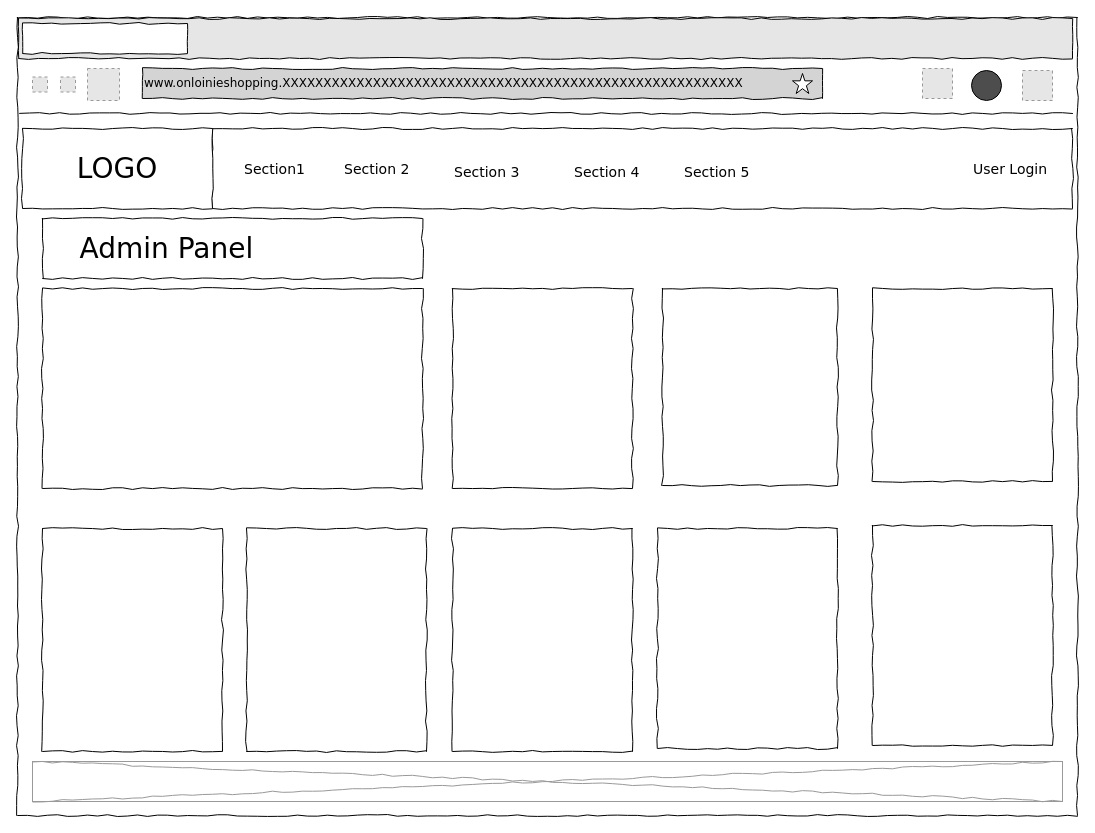
Before: page "Admin" (1 of 12) of 03-Solution Design/03-User Interface/User Interface.drawio in jiangchufeng/Conversion-Final-Project-Spring-Boot-Online-Shopping-Website, a draw.io diagram. Source tidied: cells renumbered, new cells numbered last; positions are measured from the earlier drawing's top-left corner, leaving out a move shared by most shapes. Both pictures are drawn from the tidied source at 100%, with x=0, y=0 at pixel (17, 17). Pictures stored in the file or linked from it are replaced by grey dashed boxes.
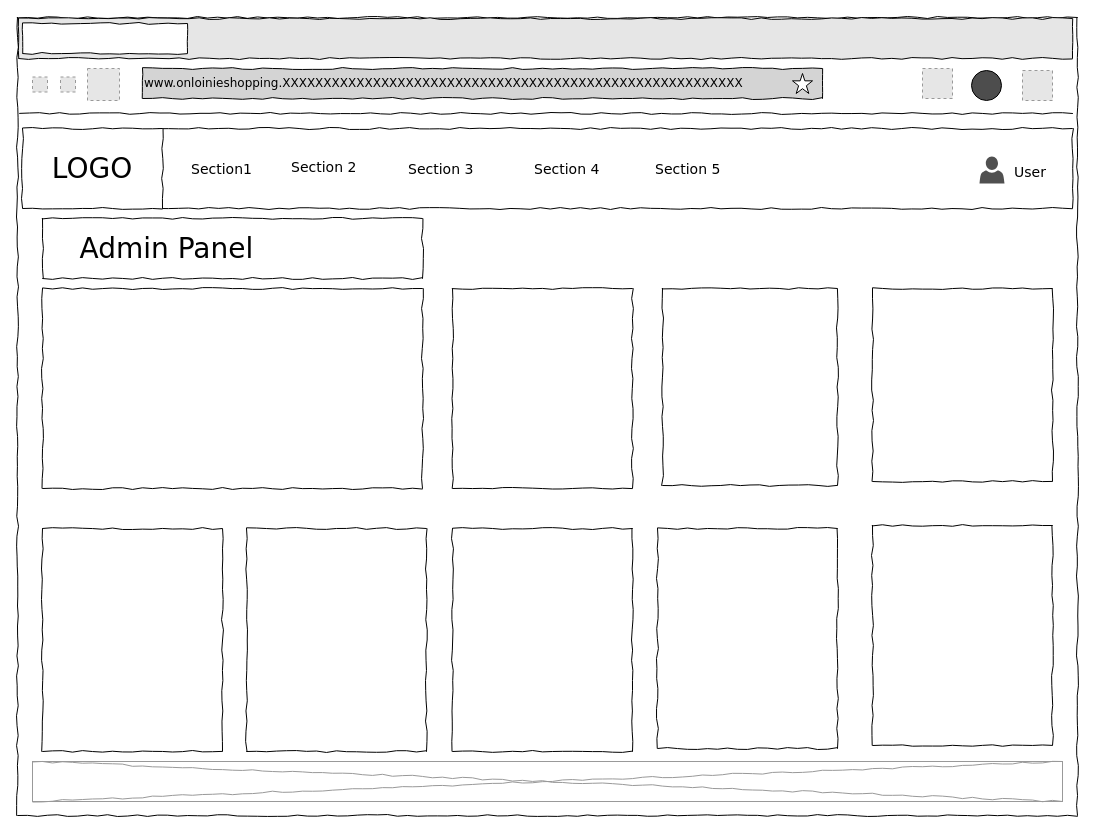
The same diagram, later.

Diff of the diagram source:
```diff
@@
     <mxCell id="3" style="whiteSpace=wrap;html=1;rounded=0;shadow=0;labelBackgroundColor=none;strokeWidth=1;fillColor=none;fontFamily=Verdana;fontSize=12;align=center;comic=1;" parent="1" vertex="1">
-      <mxGeometry x="195" y="111" width="860" height="80" as="geometry" />
+      <mxGeometry x="141" y="111" width="914" height="80" as="geometry" />
     </mxCell>
     <mxCell id="4" value="LOGO" style="whiteSpace=wrap;html=1;rounded=0;shadow=0;labelBackgroundColor=none;strokeWidth=1;fontFamily=Verdana;fontSize=28;align=center;comic=1;" parent="1" vertex="1">
-      <mxGeometry x="5" y="111" width="190" height="80" as="geometry" />
+      <mxGeometry x="5" y="111" width="140" height="80" as="geometry" />
     </mxCell>
-    <mxCell id="5" value="User Login" style="text;html=1;align=left;verticalAlign=top;spacingTop=-4;fontSize=14;fontFamily=Verdana;" parent="1" vertex="1">
-      <mxGeometry x="954" y="141" width="60" height="20" as="geometry" />
+    <mxCell id="5" value="User " style="text;html=1;align=left;verticalAlign=top;spacingTop=-4;fontSize=14;fontFamily=Verdana;" parent="1" vertex="1">
+      <mxGeometry x="995" y="143.5" width="60" height="20" as="geometry" />
     </mxCell>
     <mxCell id="6" value="Section1" style="text;html=1;align=left;verticalAlign=top;spacingTop=-4;fontSize=14;fontFamily=Verdana;" parent="1" vertex="1">
-      <mxGeometry x="225" y="141" width="60" height="20" as="geometry" />
+      <mxGeometry x="172" y="141" width="60" height="20" as="geometry" />
     </mxCell>
     <mxCell id="7" value="Section 2" style="text;html=1;align=left;verticalAlign=top;spacingTop=-4;fontSize=14;fontFamily=Verdana;" parent="1" vertex="1">
-      <mxGeometry x="325" y="141" width="60" height="25" as="geometry" />
+      <mxGeometry x="272" y="138.5" width="60" height="25" as="geometry" />
     </mxCell>
     <mxCell id="8" value="Section 3" style="text;html=1;align=left;verticalAlign=top;spacingTop=-4;fontSize=14;fontFamily=Verdana;" parent="1" vertex="1">
-      <mxGeometry x="435" y="143.5" width="60" height="20" as="geometry" />
+      <mxGeometry x="389" y="141" width="60" height="20" as="geometry" />
     </mxCell>
     <mxCell id="9" value="Section 4" style="text;html=1;align=left;verticalAlign=top;spacingTop=-4;fontSize=14;fontFamily=Verdana;" parent="1" vertex="1">
-      <mxGeometry x="555" y="143.5" width="60" height="20" as="geometry" />
+      <mxGeometry x="515" y="141" width="60" height="20" as="geometry" />
     </mxCell>
@@
     <mxCell id="11" value="Section 5" style="text;html=1;align=left;verticalAlign=top;spacingTop=-4;fontSize=14;fontFamily=Verdana;" parent="1" vertex="1">
-      <mxGeometry x="665" y="143.5" width="60" height="20" as="geometry" />
+      <mxGeometry x="636" y="141" width="60" height="20" as="geometry" />
     </mxCell>
@@
+    <mxCell id="33" style="sketch=0;shadow=0;dashed=0;html=1;strokeColor=none;fillColor=#505050;labelPosition=center;verticalLabelPosition=bottom;verticalAlign=top;align=center;shape=mxgraph.office.users.user;" parent="1" vertex="1">
+      <mxGeometry x="962" y="139" width="25" height="27" as="geometry" />
+    </mxCell>
```
